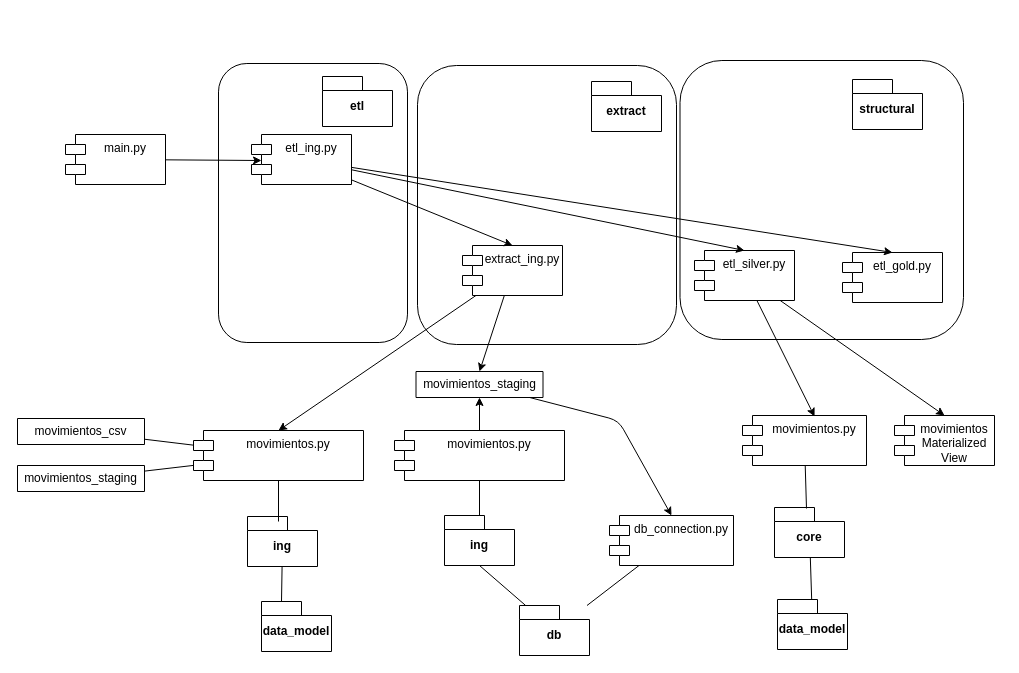
Before: page "Diagrama clases" (6 of 7) of diagrams/diagrams.dio in cperezh/DataEng_Patterns, a draw.io diagram. Source tidied: cells renumbered, new cells numbered last; positions are measured from the earlier drawing's top-left corner, leaving out a move shared by most shapes. Both pictures are drawn from the tidied source at 100%, with x=0, y=0 at pixel (17, 60).
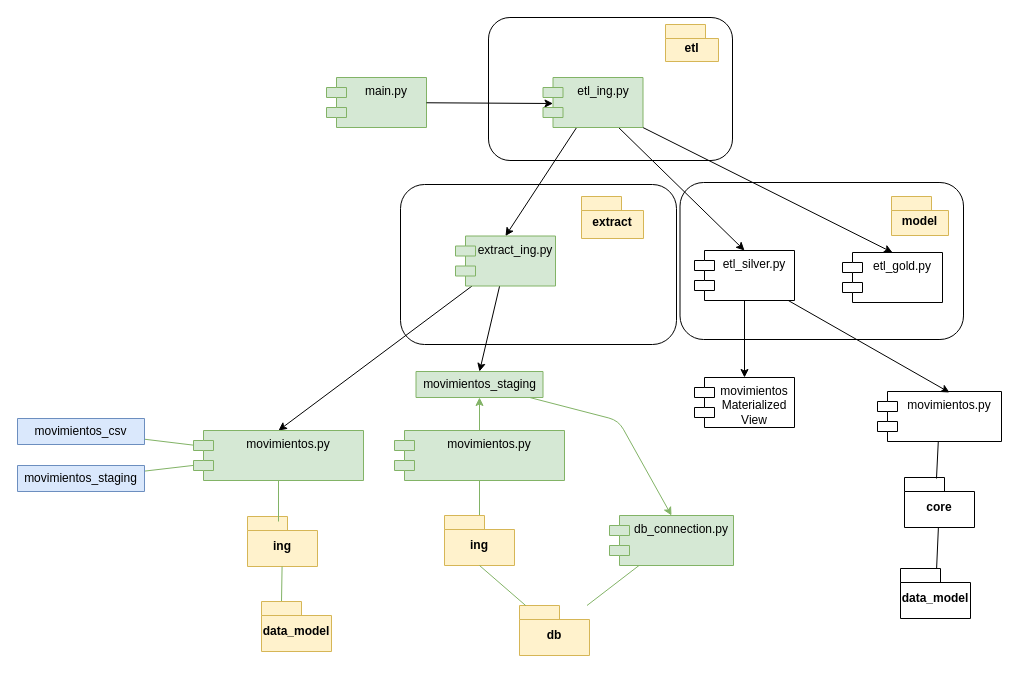
The same page after the edit.

What changed in the source:
```diff
@@
     <mxCell id="2" style="rounded=1;whiteSpace=wrap;html=1;" parent="1" vertex="1">
-      <mxGeometry x="201" y="3" width="189" height="279" as="geometry" />
+      <mxGeometry x="471" y="-43" width="244" height="143" as="geometry" />
     </mxCell>
     <mxCell id="3" style="rounded=1;whiteSpace=wrap;html=1;" parent="1" vertex="1">
-      <mxGeometry x="662.5" width="283.5" height="279" as="geometry" />
+      <mxGeometry x="662.5" y="122" width="283.5" height="157" as="geometry" />
     </mxCell>
     <mxCell id="4" style="rounded=1;whiteSpace=wrap;html=1;" parent="1" vertex="1">
-      <mxGeometry x="400" y="5" width="259" height="279" as="geometry" />
+      <mxGeometry x="383" y="124" width="276" height="160" as="geometry" />
     </mxCell>
-    <mxCell id="5" value="extract" style="shape=folder;fontStyle=1;spacingTop=10;tabWidth=40;tabHeight=14;tabPosition=left;html=1;whiteSpace=wrap;" parent="1" vertex="1">
-      <mxGeometry x="574" y="21" width="70" height="50" as="geometry" />
+    <mxCell id="5" value="extract" style="shape=folder;fontStyle=1;spacingTop=10;tabWidth=40;tabHeight=14;tabPosition=left;html=1;whiteSpace=wrap;fillColor=#fff2cc;strokeColor=#d6b656;" parent="1" vertex="1">
+      <mxGeometry x="564" y="136" width="62" height="42" as="geometry" />
     </mxCell>
@@
-    <mxCell id="8" value="extract_ing.py" style="shape=module;align=center;spacingLeft=20;align=center;verticalAlign=top;whiteSpace=wrap;html=1;strokeColor=default;fontFamily=Helvetica;fontSize=12;fontColor=default;fillColor=default;" parent="1" vertex="1">
-      <mxGeometry x="445" y="185" width="100" height="50" as="geometry" />
+    <mxCell id="8" value="extract_ing.py" style="shape=module;align=center;spacingLeft=20;align=center;verticalAlign=top;whiteSpace=wrap;html=1;strokeColor=#82b366;fontFamily=Helvetica;fontSize=12;fillColor=#d5e8d4;" parent="1" vertex="1">
+      <mxGeometry x="438" y="175.5" width="100" height="50" as="geometry" />
     </mxCell>
-    <mxCell id="9" value="main.py" style="shape=module;align=left;spacingLeft=20;align=center;verticalAlign=top;whiteSpace=wrap;html=1;" parent="1" vertex="1">
-      <mxGeometry x="48" y="74" width="100" height="50" as="geometry" />
+    <mxCell id="9" value="main.py" style="shape=module;align=left;spacingLeft=20;align=center;verticalAlign=top;whiteSpace=wrap;html=1;fillColor=#d5e8d4;strokeColor=#82b366;" parent="1" vertex="1">
+      <mxGeometry x="309" y="17" width="100" height="50" as="geometry" />
     </mxCell>
@@
-    <mxCell id="14" style="edgeStyle=none;html=1;endArrow=none;endFill=0;" parent="1" edge="1" source="15" target="16">
+    <mxCell id="14" style="edgeStyle=none;html=1;endArrow=none;endFill=0;fillColor=#d5e8d4;strokeColor=#82b366;" parent="1" edge="1" source="15" target="16">
       <mxGeometry relative="1" as="geometry" />
     </mxCell>
-    <mxCell id="15" value="db" style="shape=folder;fontStyle=1;spacingTop=10;tabWidth=40;tabHeight=14;tabPosition=left;html=1;whiteSpace=wrap;" parent="1" vertex="1">
+    <mxCell id="15" value="db" style="shape=folder;fontStyle=1;spacingTop=10;tabWidth=40;tabHeight=14;tabPosition=left;html=1;whiteSpace=wrap;fillColor=#fff2cc;strokeColor=#d6b656;" parent="1" vertex="1">
       <mxGeometry x="502" y="545" width="70" height="50" as="geometry" />
     </mxCell>
-    <mxCell id="16" value="db_connection.py" style="shape=module;align=left;spacingLeft=20;align=center;verticalAlign=top;whiteSpace=wrap;html=1;" parent="1" vertex="1">
+    <mxCell id="16" value="db_connection.py" style="shape=module;align=left;spacingLeft=20;align=center;verticalAlign=top;whiteSpace=wrap;html=1;fillColor=#d5e8d4;strokeColor=#82b366;" parent="1" vertex="1">
       <mxGeometry x="592" y="455" width="124" height="50" as="geometry" />
     </mxCell>
     <mxCell id="17" value="data_model" style="shape=folder;fontStyle=1;spacingTop=10;tabWidth=40;tabHeight=14;tabPosition=left;html=1;whiteSpace=wrap;" parent="1" vertex="1">
-      <mxGeometry x="760" y="539" width="70" height="50" as="geometry" />
+      <mxGeometry x="883" y="508" width="70" height="50" as="geometry" />
     </mxCell>
     <mxCell id="18" value="movimientos.py" style="shape=module;align=left;spacingLeft=20;align=center;verticalAlign=top;whiteSpace=wrap;html=1;" parent="1" vertex="1">
-      <mxGeometry x="725" y="355" width="124" height="50" as="geometry" />
+      <mxGeometry x="860" y="331" width="124" height="50" as="geometry" />
     </mxCell>
@@
-    <mxCell id="20" value="ing" style="shape=folder;fontStyle=1;spacingTop=10;tabWidth=40;tabHeight=14;tabPosition=left;html=1;whiteSpace=wrap;" parent="1" vertex="1">
+    <mxCell id="20" value="ing" style="shape=folder;fontStyle=1;spacingTop=10;tabWidth=40;tabHeight=14;tabPosition=left;html=1;whiteSpace=wrap;fillColor=#fff2cc;strokeColor=#d6b656;" parent="1" vertex="1">
       <mxGeometry x="230" y="456" width="70" height="50" as="geometry" />
     </mxCell>
-    <mxCell id="21" style="edgeStyle=none;html=1;endArrow=none;endFill=0;" parent="1" edge="1" source="23" target="34">
+    <mxCell id="21" style="edgeStyle=none;html=1;endArrow=none;endFill=0;fillColor=#d5e8d4;strokeColor=#82b366;" parent="1" edge="1" source="23" target="34">
       <mxGeometry relative="1" as="geometry" />
     </mxCell>
-    <mxCell id="22" style="edgeStyle=none;html=1;endArrow=none;endFill=0;" parent="1" edge="1" source="23" target="35">
+    <mxCell id="22" style="edgeStyle=none;html=1;endArrow=none;endFill=0;fillColor=#d5e8d4;strokeColor=#82b366;" parent="1" edge="1" source="23" target="35">
       <mxGeometry relative="1" as="geometry" />
     </mxCell>
-    <mxCell id="23" value="movimientos.py" style="shape=module;align=center;spacingLeft=20;align=center;verticalAlign=top;whiteSpace=wrap;html=1;strokeColor=default;fontFamily=Helvetica;fontSize=12;fontColor=default;fillColor=default;" parent="1" vertex="1">
+    <mxCell id="23" value="movimientos.py" style="shape=module;align=center;spacingLeft=20;align=center;verticalAlign=top;whiteSpace=wrap;html=1;strokeColor=#82b366;fontFamily=Helvetica;fontSize=12;fillColor=#d5e8d4;" parent="1" vertex="1">
       <mxGeometry x="176" y="370" width="170" height="50" as="geometry" />
     </mxCell>
@@
-    <mxCell id="27" value="etl_ing.py" style="shape=module;align=center;spacingLeft=20;align=center;verticalAlign=top;whiteSpace=wrap;html=1;strokeColor=default;fontFamily=Helvetica;fontSize=12;fontColor=default;fillColor=default;" parent="1" vertex="1">
-      <mxGeometry x="234" y="74" width="100" height="50" as="geometry" />
+    <mxCell id="27" value="etl_ing.py" style="shape=module;align=center;spacingLeft=20;align=center;verticalAlign=top;whiteSpace=wrap;html=1;strokeColor=#82b366;fontFamily=Helvetica;fontSize=12;fillColor=#d5e8d4;" parent="1" vertex="1">
+      <mxGeometry x="525.5" y="17" width="100" height="50" as="geometry" />
     </mxCell>
     <mxCell id="28" value="core" style="shape=folder;fontStyle=1;spacingTop=10;tabWidth=40;tabHeight=14;tabPosition=left;html=1;whiteSpace=wrap;" parent="1" vertex="1">
-      <mxGeometry x="757" y="447" width="70" height="50" as="geometry" />
+      <mxGeometry x="887" y="417" width="70" height="50" as="geometry" />
     </mxCell>
@@
-    <mxCell id="30" style="edgeStyle=none;html=1;entryX=0.443;entryY=0.1;entryDx=0;entryDy=0;entryPerimeter=0;endArrow=none;endFill=0;" parent="1" edge="1" source="23" target="20">
+    <mxCell id="30" style="edgeStyle=none;html=1;entryX=0.443;entryY=0.1;entryDx=0;entryDy=0;entryPerimeter=0;endArrow=none;endFill=0;fillColor=#d5e8d4;strokeColor=#82b366;" parent="1" edge="1" source="23" target="20">
       <mxGeometry relative="1" as="geometry" />
     </mxCell>
@@
-    <mxCell id="32" style="edgeStyle=none;html=1;entryX=0;entryY=0;entryDx=20;entryDy=0;entryPerimeter=0;endArrow=none;endFill=0;" parent="1" edge="1" source="20" target="33">
+    <mxCell id="32" style="edgeStyle=none;html=1;entryX=0;entryY=0;entryDx=20;entryDy=0;entryPerimeter=0;endArrow=none;endFill=0;fillColor=#d5e8d4;strokeColor=#82b366;" parent="1" edge="1" source="20" target="33">
       <mxGeometry relative="1" as="geometry" />
     </mxCell>
-    <mxCell id="33" value="data_model" style="shape=folder;fontStyle=1;spacingTop=10;tabWidth=40;tabHeight=14;tabPosition=left;html=1;whiteSpace=wrap;" parent="1" vertex="1">
+    <mxCell id="33" value="data_model" style="shape=folder;fontStyle=1;spacingTop=10;tabWidth=40;tabHeight=14;tabPosition=left;html=1;whiteSpace=wrap;fillColor=#fff2cc;strokeColor=#d6b656;" parent="1" vertex="1">
       <mxGeometry x="244" y="541" width="70" height="50" as="geometry" />
     </mxCell>
-    <mxCell id="34" value="movimientos_csv" style="swimlane;fontStyle=0;horizontal=1;startSize=26;fillColor=none;whiteSpace=wrap;html=1;" parent="1" vertex="1" collapsed="1">
+    <mxCell id="34" value="movimientos_csv" style="swimlane;fontStyle=0;horizontal=1;startSize=26;fillColor=#dae8fc;whiteSpace=wrap;html=1;strokeColor=#6c8ebf;" parent="1" vertex="1" collapsed="1">
       <mxGeometry y="358" width="127" height="26" as="geometry" />
     </mxCell>
-    <mxCell id="35" value="movimientos_staging" style="swimlane;fontStyle=0;horizontal=1;startSize=26;fillColor=none;whiteSpace=wrap;html=1;" parent="1" vertex="1" collapsed="1">
+    <mxCell id="35" value="movimientos_staging" style="swimlane;fontStyle=0;horizontal=1;startSize=26;fillColor=#dae8fc;whiteSpace=wrap;html=1;strokeColor=#6c8ebf;" parent="1" vertex="1" collapsed="1">
       <mxGeometry y="405" width="127" height="26" as="geometry" />
     </mxCell>
-    <mxCell id="36" value="structural" style="shape=folder;fontStyle=1;spacingTop=10;tabWidth=40;tabHeight=14;tabPosition=left;html=1;whiteSpace=wrap;" parent="1" vertex="1">
-      <mxGeometry x="835" y="19" width="70" height="50" as="geometry" />
+    <mxCell id="36" value="model" style="shape=folder;fontStyle=1;spacingTop=10;tabWidth=40;tabHeight=14;tabPosition=left;html=1;whiteSpace=wrap;fillColor=#fff2cc;strokeColor=#d6b656;" parent="1" vertex="1">
+      <mxGeometry x="874" y="136" width="57" height="39" as="geometry" />
     </mxCell>
-    <mxCell id="37" value="etl" style="shape=folder;fontStyle=1;spacingTop=10;tabWidth=40;tabHeight=14;tabPosition=left;html=1;whiteSpace=wrap;" parent="1" vertex="1">
-      <mxGeometry x="305" y="16" width="70" height="50" as="geometry" />
+    <mxCell id="37" value="etl" style="shape=folder;fontStyle=1;spacingTop=10;tabWidth=40;tabHeight=14;tabPosition=left;html=1;whiteSpace=wrap;fillColor=#fff2cc;strokeColor=#d6b656;" parent="1" vertex="1">
+      <mxGeometry x="648" y="-36" width="53" height="37" as="geometry" />
     </mxCell>
-    <mxCell id="38" style="edgeStyle=none;html=1;endArrow=none;endFill=0;" parent="1" edge="1" source="39" target="42">
+    <mxCell id="38" style="edgeStyle=none;html=1;endArrow=none;endFill=0;fillColor=#d5e8d4;strokeColor=#82b366;" parent="1" edge="1" source="39" target="42">
       <mxGeometry relative="1" as="geometry" />
     </mxCell>
-    <mxCell id="39" value="ing" style="shape=folder;fontStyle=1;spacingTop=10;tabWidth=40;tabHeight=14;tabPosition=left;html=1;whiteSpace=wrap;" parent="1" vertex="1">
+    <mxCell id="39" value="ing" style="shape=folder;fontStyle=1;spacingTop=10;tabWidth=40;tabHeight=14;tabPosition=left;html=1;whiteSpace=wrap;fillColor=#fff2cc;strokeColor=#d6b656;" parent="1" vertex="1">
       <mxGeometry x="427" y="455" width="70" height="50" as="geometry" />
     </mxCell>
-    <mxCell id="40" style="edgeStyle=none;html=1;entryX=0.5;entryY=0;entryDx=0;entryDy=0;" parent="1" edge="1" source="41" target="16">
+    <mxCell id="40" style="edgeStyle=none;html=1;entryX=0.5;entryY=0;entryDx=0;entryDy=0;fillColor=#d5e8d4;strokeColor=#82b366;" parent="1" edge="1" source="41" target="16">
       <mxGeometry relative="1" as="geometry">
         <Array as="points">
           <mxPoint x="601" y="360" />
         </Array>
       </mxGeometry>
     </mxCell>
-    <mxCell id="41" value="movimientos_staging" style="swimlane;fontStyle=0;horizontal=1;startSize=26;fillColor=none;whiteSpace=wrap;html=1;" parent="1" vertex="1" collapsed="1">
+    <mxCell id="41" value="movimientos_staging" style="swimlane;fontStyle=0;horizontal=1;startSize=26;fillColor=#d5e8d4;whiteSpace=wrap;html=1;strokeColor=#82b366;" parent="1" vertex="1" collapsed="1">
       <mxGeometry x="398.5" y="311" width="127" height="26" as="geometry" />
     </mxCell>
-    <mxCell id="42" value="movimientos.py" style="shape=module;align=center;spacingLeft=20;align=center;verticalAlign=top;whiteSpace=wrap;html=1;strokeColor=default;fontFamily=Helvetica;fontSize=12;fontColor=default;fillColor=default;" parent="1" vertex="1">
+    <mxCell id="42" value="movimientos.py" style="shape=module;align=center;spacingLeft=20;align=center;verticalAlign=top;whiteSpace=wrap;html=1;strokeColor=#82b366;fontFamily=Helvetica;fontSize=12;fillColor=#d5e8d4;" parent="1" vertex="1">
       <mxGeometry x="377" y="370" width="170" height="50" as="geometry" />
     </mxCell>
-    <mxCell id="43" style="edgeStyle=none;html=1;entryX=0.5;entryY=1;entryDx=0;entryDy=0;entryPerimeter=0;endArrow=none;endFill=0;" parent="1" edge="1" source="15" target="39">
+    <mxCell id="43" style="edgeStyle=none;html=1;entryX=0.5;entryY=1;entryDx=0;entryDy=0;entryPerimeter=0;endArrow=none;endFill=0;fillColor=#d5e8d4;strokeColor=#82b366;" parent="1" edge="1" source="15" target="39">
       <mxGeometry relative="1" as="geometry" />
     </mxCell>
-    <mxCell id="44" style="edgeStyle=none;html=1;entryX=0.5;entryY=1;entryDx=0;entryDy=0;" parent="1" edge="1" source="42" target="41">
+    <mxCell id="44" style="edgeStyle=none;html=1;entryX=0.5;entryY=1;entryDx=0;entryDy=0;fillColor=#d5e8d4;strokeColor=#82b366;" parent="1" edge="1" source="42" target="41">
       <mxGeometry relative="1" as="geometry" />
     </mxCell>
     <mxCell id="45" value="movimientos Materialized View" style="shape=module;align=left;spacingLeft=20;align=center;verticalAlign=top;whiteSpace=wrap;html=1;" parent="1" vertex="1">
-      <mxGeometry x="877" y="355" width="100" height="50" as="geometry" />
+      <mxGeometry x="677" y="317" width="100" height="50" as="geometry" />
     </mxCell>
```
